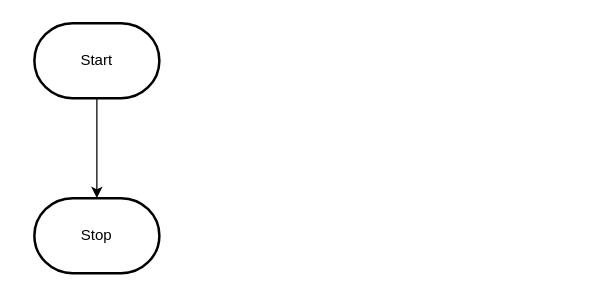
This is design/flowchart.drawio from MTHS-ICD2O-1-2023/ICD2O-Unit-6-03-pablo-fiallos-granados, a draw.io file, before an edit. Source tidied: cells renumbered, new cells numbered last; positions are measured from the earlier drawing's top-left corner, leaving out a move shared by most shapes. Both pictures are drawn from the tidied source at 125%, with x=0, y=0 at pixel (34, 22).
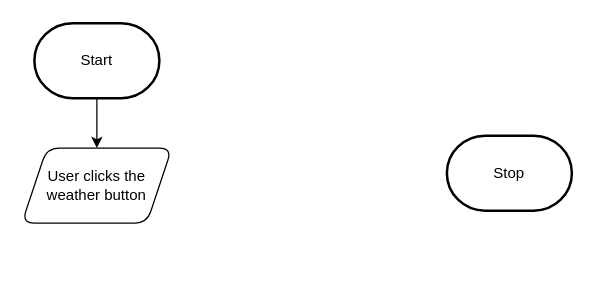
Above is the later version.

Diff of the diagram source:
```diff
@@
 <mxGraphModel>
   <root>
     <mxCell id="0" />
     <mxCell id="1" parent="0" />
-    <mxCell id="2" style="edgeStyle=orthogonalEdgeStyle;html=1;rounded=0;" parent="1" edge="1" source="3" target="4">
-      <mxGeometry relative="1" as="geometry" />
+    <mxCell id="2" style="edgeStyle=orthogonalEdgeStyle;html=1;rounded=0;entryX=0.5;entryY=0;entryDx=0;entryDy=0;" parent="1" edge="1" source="3" target="5">
+      <mxGeometry relative="1" as="geometry">
+        <Array as="points">
+          <mxPoint x="50" y="100" />
+          <mxPoint x="50" y="100" />
+        </Array>
+      </mxGeometry>
     </mxCell>
     <mxCell id="3" value="Start" style="strokeWidth=2;html=1;shape=mxgraph.flowchart.terminator;whiteSpace=wrap;" parent="1" vertex="1">
       <mxGeometry width="100" height="60" as="geometry" />
     </mxCell>
     <mxCell id="4" value="Stop" style="strokeWidth=2;html=1;shape=mxgraph.flowchart.terminator;whiteSpace=wrap;" parent="1" vertex="1">
-      <mxGeometry y="140" width="100" height="60" as="geometry" />
+      <mxGeometry x="330" y="90" width="100" height="60" as="geometry" />
     </mxCell>
+    <mxCell id="5" value="User clicks the&lt;br&gt;weather button" style="shape=parallelogram;perimeter=parallelogramPerimeter;whiteSpace=wrap;html=1;fixedSize=1;rounded=1;" parent="1" vertex="1">
+      <mxGeometry x="-10" y="100" width="120" height="60" as="geometry" />
+    </mxCell>
   </root>
 </mxGraphModel>
```
